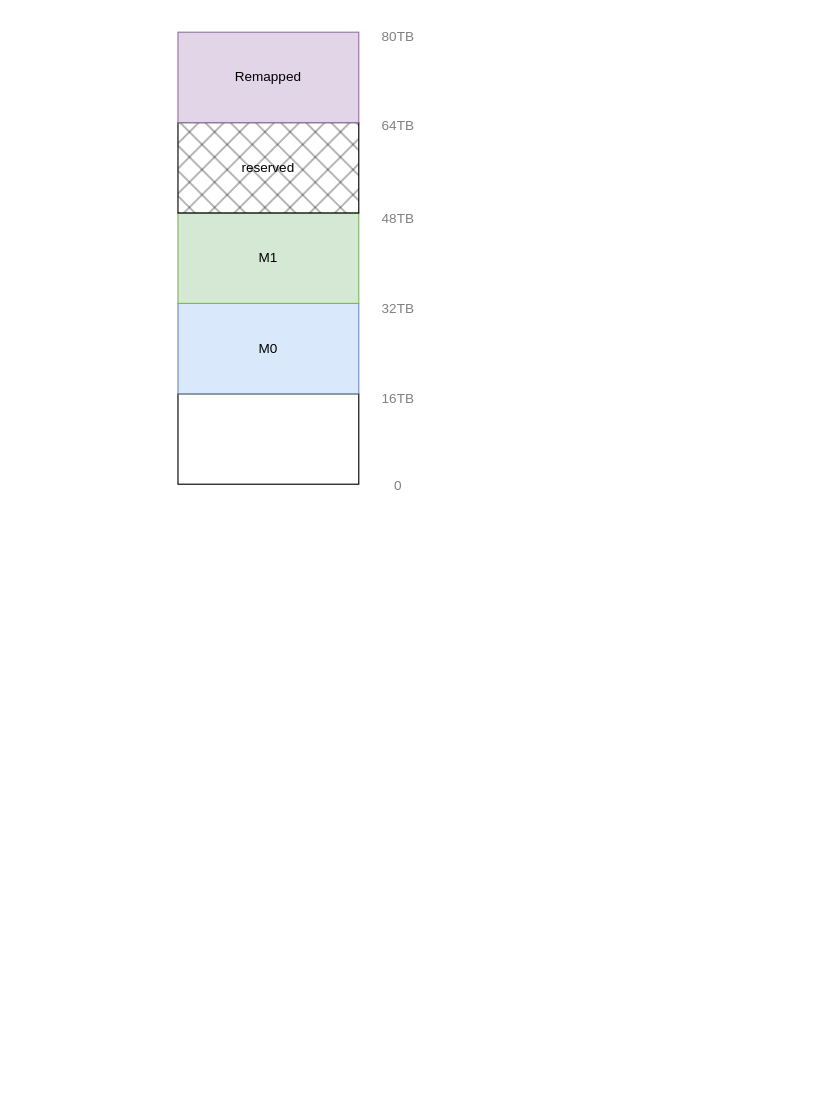
Above: java_zgc.drawio in ZiqingYip/moment (draw.io), before the change. Source tidied: cells renumbered, new cells numbered last; positions are measured from the earlier drawing's top-left corner, leaving out a move shared by most shapes. Both pictures are drawn from the tidied source at 113%, with x=0, y=0 at pixel (177, 19).
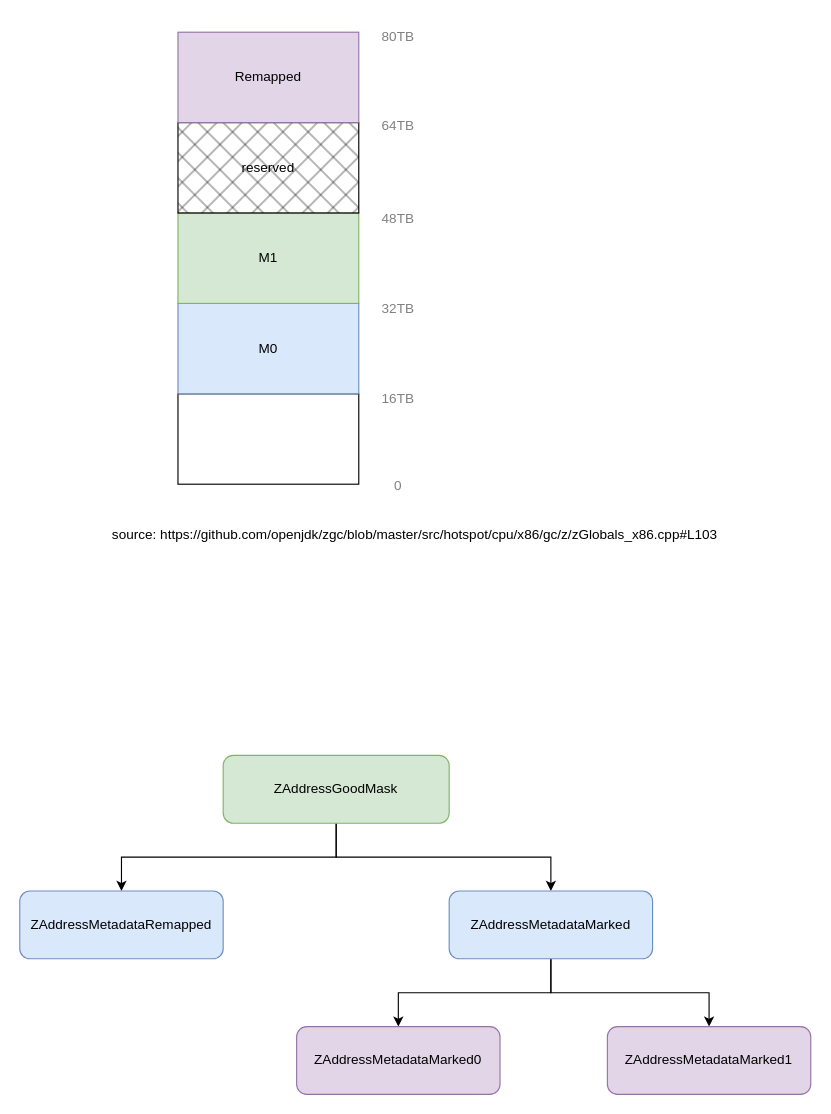
The same page after the edit.

What changed in the source:
```diff
@@
+    <mxCell id="13" value="source:&amp;nbsp;https://github.com/openjdk/zgc/blob/master/src/hotspot/cpu/x86/gc/z/zGlobals_x86.cpp#L103" style="text;html=1;strokeColor=none;fillColor=none;align=left;verticalAlign=middle;whiteSpace=wrap;rounded=0;" parent="1" vertex="1">
+      <mxGeometry x="-60" y="441" width="560" height="30" as="geometry" />
+    </mxCell>
+    <mxCell id="14" style="edgeStyle=orthogonalEdgeStyle;rounded=0;jettySize=auto;html=1;exitX=0.5;exitY=1;exitDx=0;exitDy=0;" parent="1" edge="1" source="16" target="17">
+      <mxGeometry relative="1" as="geometry" />
+    </mxCell>
+    <mxCell id="15" style="edgeStyle=orthogonalEdgeStyle;rounded=0;jettySize=auto;html=1;exitX=0.5;exitY=1;exitDx=0;exitDy=0;entryX=0.5;entryY=0;entryDx=0;entryDy=0;" parent="1" edge="1" source="16" target="20">
+      <mxGeometry relative="1" as="geometry" />
+    </mxCell>
+    <mxCell id="16" value="ZAddressGoodMask" style="rounded=1;whiteSpace=wrap;html=1;fillColor=#d5e8d4;strokeColor=#82b366;" parent="1" vertex="1">
+      <mxGeometry x="40" y="651" width="200" height="60" as="geometry" />
+    </mxCell>
+    <mxCell id="17" value="ZAddressMetadataRemapped" style="rounded=1;whiteSpace=wrap;html=1;fillColor=#dae8fc;strokeColor=#6c8ebf;" parent="1" vertex="1">
+      <mxGeometry x="-140" y="771" width="180" height="60" as="geometry" />
+    </mxCell>
+    <mxCell id="18" style="edgeStyle=orthogonalEdgeStyle;rounded=0;jettySize=auto;html=1;exitX=0.5;exitY=1;exitDx=0;exitDy=0;" parent="1" edge="1" source="20" target="21">
+      <mxGeometry relative="1" as="geometry" />
+    </mxCell>
+    <mxCell id="19" style="edgeStyle=orthogonalEdgeStyle;rounded=0;jettySize=auto;html=1;exitX=0.5;exitY=1;exitDx=0;exitDy=0;entryX=0.5;entryY=0;entryDx=0;entryDy=0;" parent="1" edge="1" source="20" target="22">
+      <mxGeometry relative="1" as="geometry" />
+    </mxCell>
+    <mxCell id="20" value="ZAddressMetadataMarked" style="rounded=1;whiteSpace=wrap;html=1;fillColor=#dae8fc;strokeColor=#6c8ebf;" parent="1" vertex="1">
+      <mxGeometry x="240" y="771" width="180" height="60" as="geometry" />
+    </mxCell>
+    <mxCell id="21" value="ZAddressMetadataMarked0" style="rounded=1;whiteSpace=wrap;html=1;fillColor=#e1d5e7;strokeColor=#9673a6;" parent="1" vertex="1">
+      <mxGeometry x="105" y="891" width="180" height="60" as="geometry" />
+    </mxCell>
+    <mxCell id="22" value="ZAddressMetadataMarked1" style="rounded=1;whiteSpace=wrap;html=1;fillColor=#e1d5e7;strokeColor=#9673a6;" parent="1" vertex="1">
+      <mxGeometry x="380" y="891" width="180" height="60" as="geometry" />
+    </mxCell>
```
